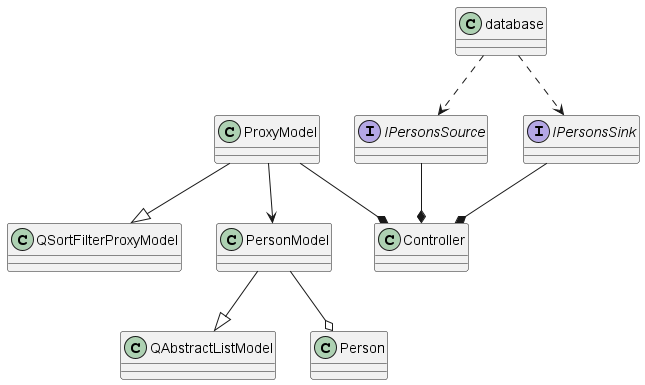
This is addressBookUML.png from aplensi/addressBook, a PlantUML export, as it was before one commit.
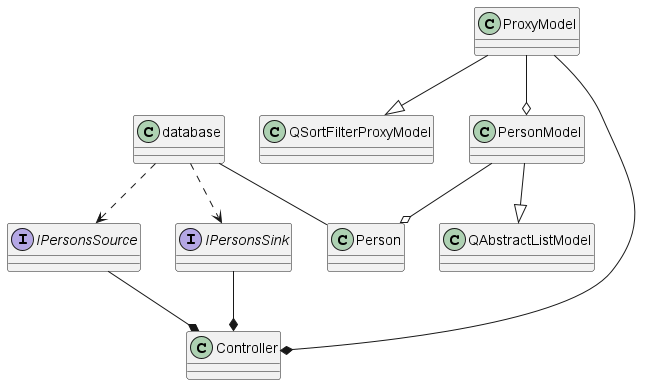
Above is the later version.

Change to the diagram source:
```diff
@@ -11,12 +11,13 @@
 class database
 
 ProxyModel --|> QSortFilterProxyModel
-ProxyModel --> PersonModel
+ProxyModel --o PersonModel
 PersonModel --|> QAbstractListModel
 PersonModel --o Person
 
 database ..> IPersonsSink
 database ..> IPersonsSource
+database -- Person
 
 ProxyModel --* Controller
 IPersonsSink --* Controller
```
